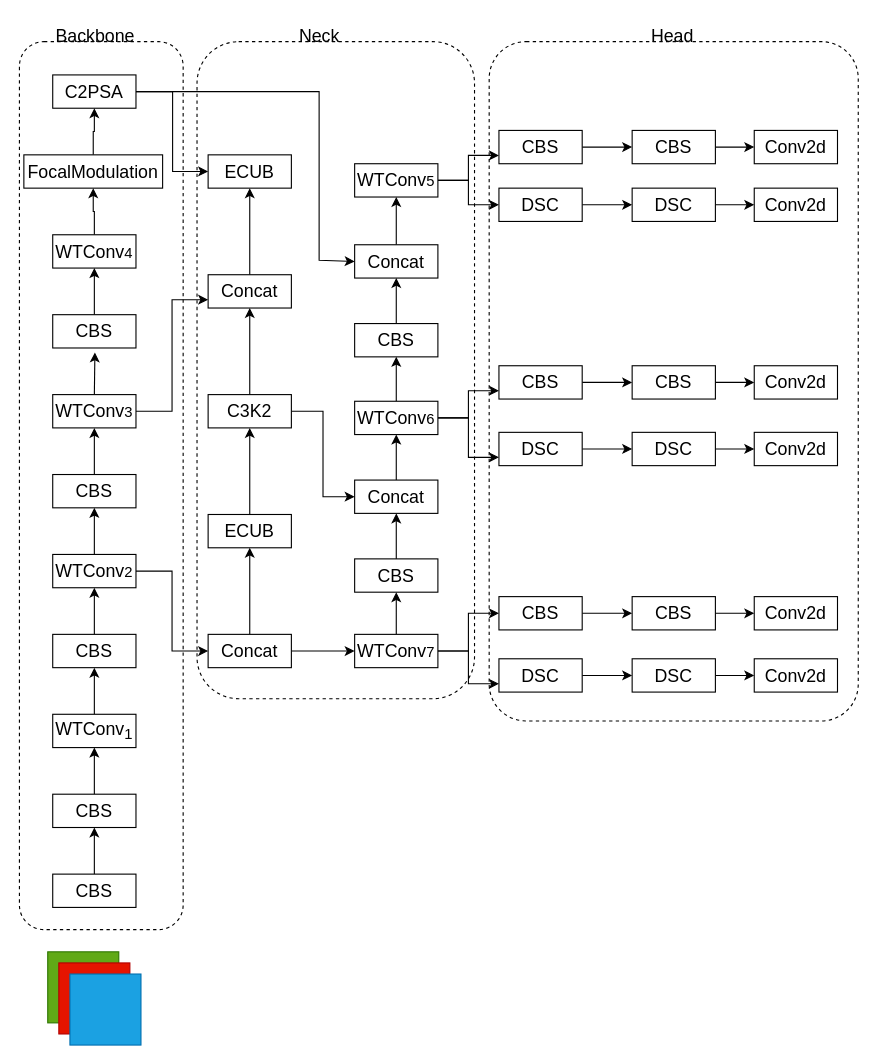
The draw.io diagram 专利网络结构图.drawio in HTMLCSS-XD/draw.io, before the edit. Source tidied: cells renumbered, new cells numbered last; positions are measured from the earlier drawing's top-left corner, leaving out a move shared by most shapes. Both pictures are drawn from the tidied source at 111%, with x=0, y=0 at pixel (19, 19).
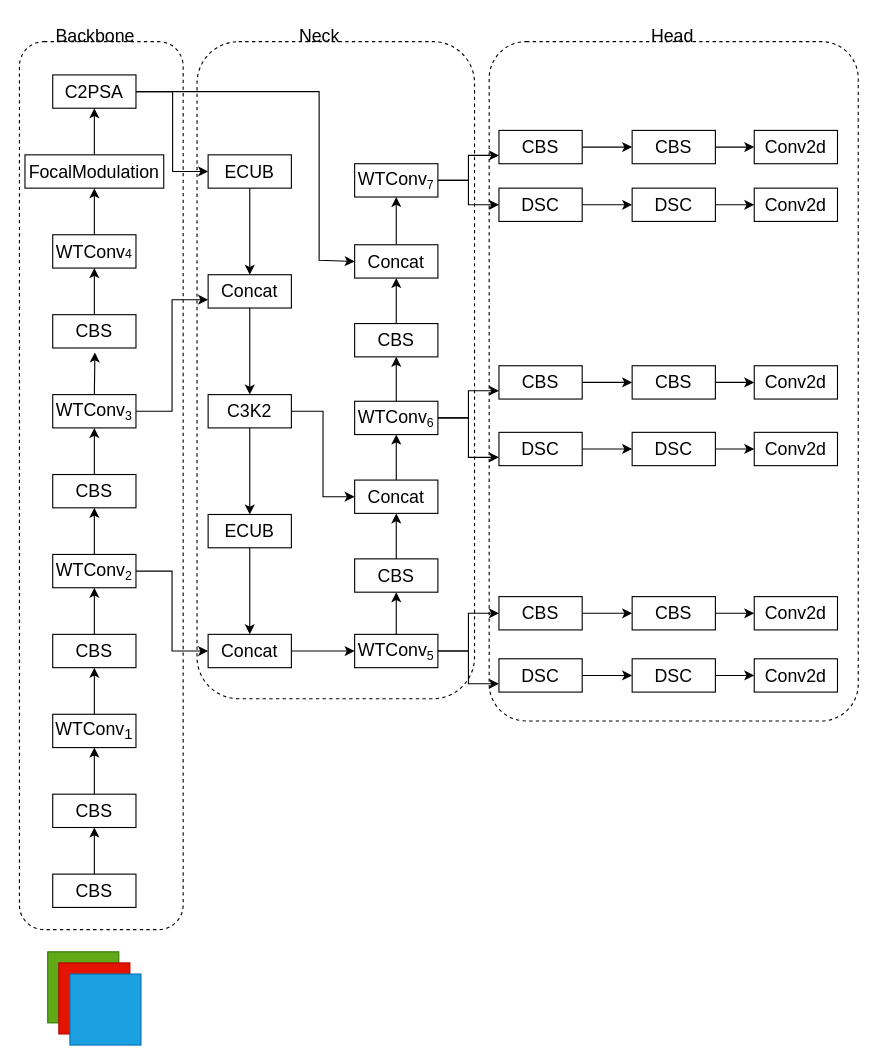
After the change.

Commit message:
更新专利网络结构图.drawio

Unchanged cells that the change refers to:
```xml
<mxCell id="30" value="ECUB" style="rounded=0;whiteSpace=wrap;html=1;fontSize=16;" parent="1" vertex="1">
  <mxGeometry x="170" y="122" width="75" height="30" as="geometry" />
</mxCell>
<mxCell id="32" value="Concat" style="rounded=0;whiteSpace=wrap;html=1;fontSize=16;" parent="1" vertex="1">
  <mxGeometry x="170" y="230" width="75" height="30" as="geometry" />
</mxCell>
<mxCell id="39" value="C3K2" style="rounded=0;whiteSpace=wrap;html=1;fontSize=16;" parent="1" vertex="1">
  <mxGeometry x="170" y="338" width="75" height="30" as="geometry" />
</mxCell>
<mxCell id="41" value="ECUB" style="rounded=0;whiteSpace=wrap;html=1;fontSize=16;" parent="1" vertex="1">
  <mxGeometry x="170" y="446" width="75" height="30" as="geometry" />
</mxCell>
<mxCell id="44" value="Concat" style="rounded=0;whiteSpace=wrap;html=1;fontSize=16;" parent="1" vertex="1">
  <mxGeometry x="170" y="554" width="75" height="30" as="geometry" />
</mxCell>
```

The edit, as a diff of the source:
```diff
@@
     <mxCell id="9" value="FocalModulation" style="rounded=0;whiteSpace=wrap;html=1;fontSize=16;" parent="1" vertex="1">
-      <mxGeometry x="4" y="122" width="125" height="30" as="geometry" />
+      <mxGeometry x="5" y="122" width="125" height="30" as="geometry" />
     </mxCell>
@@
-    <mxCell id="11" value="WTConv&lt;span style=&quot;font-size: 13.3333px;&quot;&gt;4&lt;/span&gt;" style="rounded=0;whiteSpace=wrap;html=1;fontSize=16;" parent="1" vertex="1">
+    <mxCell id="11" value="WTConv&lt;span style=&quot;font-size: 11.1111px;&quot;&gt;4&lt;/span&gt;" style="rounded=0;whiteSpace=wrap;html=1;fontSize=16;" parent="1" vertex="1">
       <mxGeometry x="30" y="194" width="75" height="30" as="geometry" />
     </mxCell>
@@
-    <mxCell id="16" value="WTConv&lt;span style=&quot;font-size: 13.3333px;&quot;&gt;3&lt;/span&gt;" style="rounded=0;whiteSpace=wrap;html=1;fontSize=16;" parent="1" vertex="1">
+    <mxCell id="16" value="WTConv&lt;span style=&quot;font-size: 13.3333px;&quot;&gt;&lt;sub&gt;3&lt;/sub&gt;&lt;/span&gt;" style="rounded=0;whiteSpace=wrap;html=1;fontSize=16;" parent="1" vertex="1">
       <mxGeometry x="30" y="338" width="75" height="30" as="geometry" />
     </mxCell>
@@
-    <mxCell id="21" value="WTConv&lt;span style=&quot;font-size: 13.3333px;&quot;&gt;2&lt;/span&gt;" style="rounded=0;whiteSpace=wrap;html=1;fontSize=16;" parent="1" vertex="1">
+    <mxCell id="21" value="WTConv&lt;span style=&quot;font-size: 13.3333px;&quot;&gt;&lt;sub&gt;2&lt;/sub&gt;&lt;/span&gt;" style="rounded=0;whiteSpace=wrap;html=1;fontSize=16;" parent="1" vertex="1">
       <mxGeometry x="30" y="482" width="75" height="30" as="geometry" />
     </mxCell>
@@
+    <mxCell id="96" style="edgeStyle=orthogonalEdgeStyle;rounded=0;jettySize=auto;html=1;" parent="1" edge="1" source="30" target="32">
+      <mxGeometry relative="1" as="geometry" />
+    </mxCell>
@@
-    <mxCell id="31" style="edgeStyle=orthogonalEdgeStyle;rounded=0;jettySize=auto;html=1;" parent="1" edge="1" source="32" target="30">
-      <mxGeometry relative="1" as="geometry" />
-    </mxCell>
+    <mxCell id="97" style="edgeStyle=orthogonalEdgeStyle;rounded=0;jettySize=auto;html=1;" parent="1" edge="1" source="32" target="39">
+      <mxGeometry relative="1" as="geometry" />
+    </mxCell>
@@
-    <mxCell id="37" style="edgeStyle=orthogonalEdgeStyle;rounded=0;jettySize=auto;html=1;exitX=0.5;exitY=0;exitDx=0;exitDy=0;entryX=0.5;entryY=1;entryDx=0;entryDy=0;" parent="1" edge="1" source="39" target="32">
-      <mxGeometry relative="1" as="geometry" />
-    </mxCell>
@@
+    <mxCell id="98" style="edgeStyle=orthogonalEdgeStyle;rounded=0;jettySize=auto;html=1;" parent="1" edge="1" source="39" target="41">
+      <mxGeometry relative="1" as="geometry" />
+    </mxCell>
@@
-    <mxCell id="40" style="edgeStyle=orthogonalEdgeStyle;rounded=0;jettySize=auto;html=1;exitX=0.5;exitY=0;exitDx=0;exitDy=0;" parent="1" edge="1" source="41" target="39">
-      <mxGeometry relative="1" as="geometry" />
-    </mxCell>
+    <mxCell id="99" style="edgeStyle=orthogonalEdgeStyle;rounded=0;jettySize=auto;html=1;" parent="1" edge="1" source="41" target="44">
+      <mxGeometry relative="1" as="geometry" />
+    </mxCell>
@@
-    <mxCell id="42" style="edgeStyle=orthogonalEdgeStyle;rounded=0;jettySize=auto;html=1;exitX=0.5;exitY=0;exitDx=0;exitDy=0;entryX=0.5;entryY=1;entryDx=0;entryDy=0;" parent="1" edge="1" source="44" target="41">
-      <mxGeometry relative="1" as="geometry" />
-    </mxCell>
@@
-    <mxCell id="47" value="WTConv&lt;span style=&quot;font-size: 13.3333px;&quot;&gt;5&lt;/span&gt;" style="rounded=0;whiteSpace=wrap;html=1;fontSize=16;" parent="1" vertex="1">
+    <mxCell id="47" value="WTConv&lt;span style=&quot;font-size: 13.3333px;&quot;&gt;&lt;sub&gt;7&lt;/sub&gt;&lt;/span&gt;" style="rounded=0;whiteSpace=wrap;html=1;fontSize=16;" parent="1" vertex="1">
       <mxGeometry x="302" y="130" width="75" height="30" as="geometry" />
     </mxCell>
@@
-    <mxCell id="55" value="WTConv&lt;span style=&quot;font-size: 13.3333px;&quot;&gt;6&lt;/span&gt;" style="rounded=0;whiteSpace=wrap;html=1;fontSize=16;" parent="1" vertex="1">
+    <mxCell id="55" value="WTConv&lt;span style=&quot;font-size: 13.3333px;&quot;&gt;&lt;sub&gt;6&lt;/sub&gt;&lt;/span&gt;" style="rounded=0;whiteSpace=wrap;html=1;fontSize=16;" parent="1" vertex="1">
       <mxGeometry x="302" y="344" width="75" height="30" as="geometry" />
     </mxCell>
@@
-    <mxCell id="59" value="WTConv&lt;span style=&quot;font-size: 13.3333px;&quot;&gt;7&lt;/span&gt;" style="rounded=0;whiteSpace=wrap;html=1;fontSize=16;" parent="1" vertex="1">
+    <mxCell id="59" value="WTConv&lt;span style=&quot;font-size: 13.3333px;&quot;&gt;&lt;sub&gt;5&lt;/sub&gt;&lt;/span&gt;" style="rounded=0;whiteSpace=wrap;html=1;fontSize=16;" parent="1" vertex="1">
       <mxGeometry x="302" y="554" width="75" height="30" as="geometry" />
     </mxCell>
```
